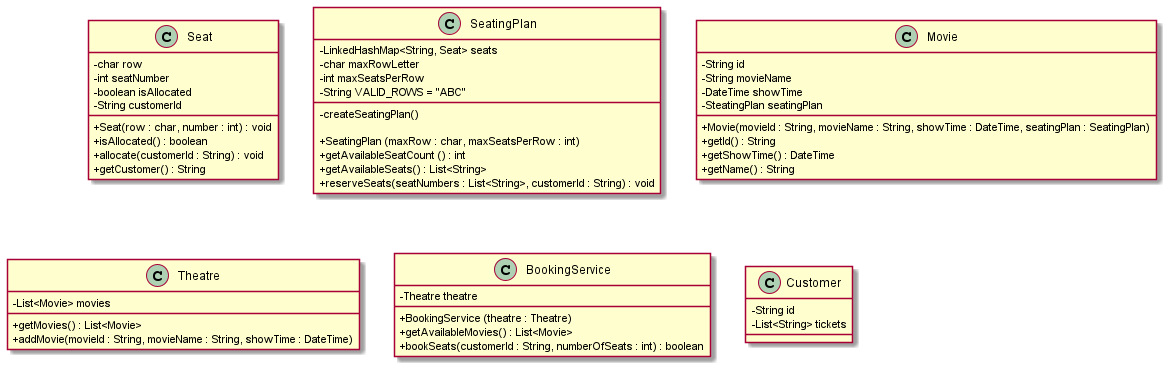
Earlier version of the PlantUML export uml/CinnamonCinema.png (probert999/cinnamon-cinema).
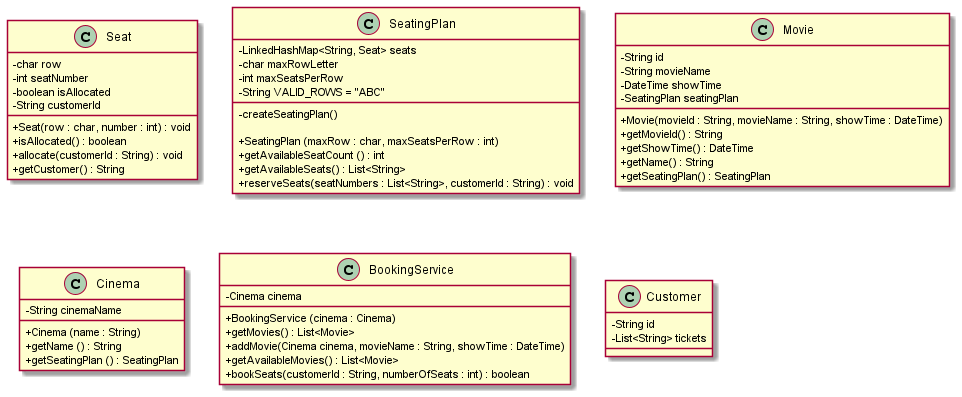
Above is the later version.

Diff of the diagram source:
```diff
@@ -31,25 +31,29 @@
     - String id
     - String movieName
     - DateTime showTime
-    - SteatingPlan seatingPlan
+    - SeatingPlan seatingPlan
 
-    + Movie(movieId : String, movieName : String, showTime : DateTime, seatingPlan : SeatingPlan)
-    + getId() : String
+    + Movie(movieId : String, movieName : String, showTime : DateTime)
+    + getMovieId() : String
     + getShowTime() : DateTime
     + getName() : String
+    + getSeatingPlan() : SeatingPlan
 }
 
-class Theatre {
-    - List<Movie> movies
+class Cinema {
+    - String cinemaName
 
-    + getMovies() : List<Movie>
-    + addMovie(movieId : String, movieName : String, showTime : DateTime)
+    + Cinema (name : String)
+    + getName () : String
+    + getSeatingPlan () : SeatingPlan
 }
 
 class BookingService {
-    - Theatre theatre
+    - Cinema cinema
 
-    + BookingService (theatre : Theatre)
+    + BookingService (cinema : Cinema)
+    + getMovies() : List<Movie>
+    + addMovie(Cinema cinema, movieName : String, showTime : DateTime)
     + getAvailableMovies() : List<Movie>
     + bookSeats(customerId : String, numberOfSeats : int) : boolean
 }
```
